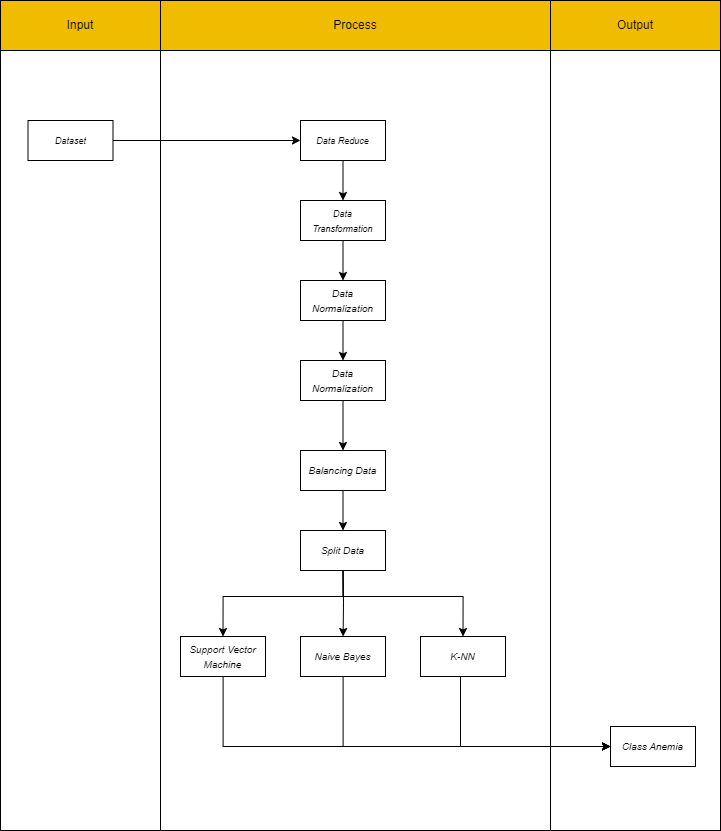
syayidalaziz10/anemia-disease keeps this draw.io diagram as assets/diagram-ipo.png. Above is the earlier version. Source tidied: cells renumbered, new cells last; positions are measured from the earlier drawing's top-left corner, leaving out a move shared by most shapes.
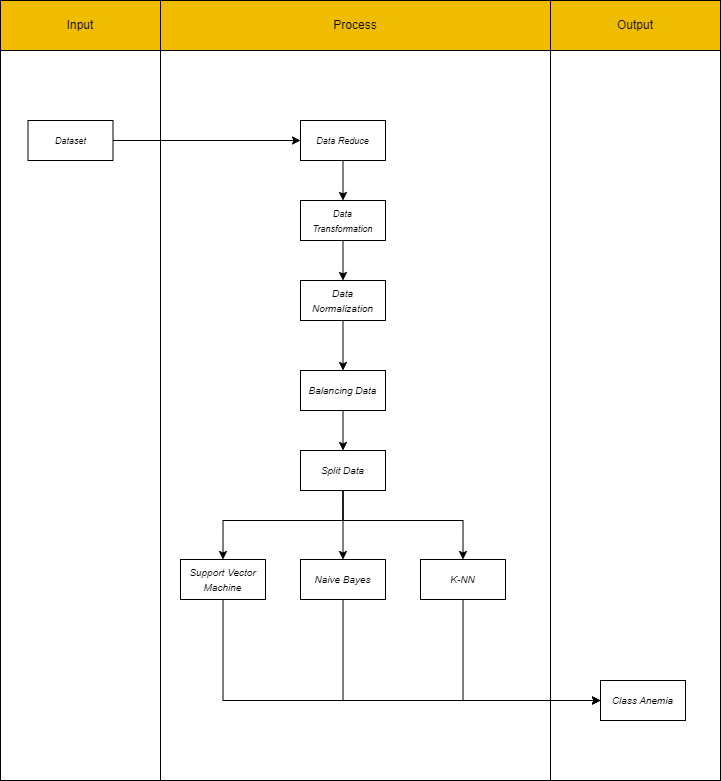
The same file after the commit.

The edit, as a diff of the source:
```diff
@@ -3,13 +3,13 @@
     <mxCell id="0" />
     <mxCell id="1" parent="0" />
     <mxCell id="2" style="rounded=0;whiteSpace=wrap;html=1;fillColor=none;" parent="1" vertex="1">
-      <mxGeometry x="550" y="50" width="170" height="780" as="geometry" />
+      <mxGeometry x="550" y="50" width="170" height="730" as="geometry" />
     </mxCell>
     <mxCell id="3" style="rounded=0;whiteSpace=wrap;html=1;fillColor=none;" parent="1" vertex="1">
-      <mxGeometry y="50" width="160" height="780" as="geometry" />
+      <mxGeometry y="50" width="160" height="730" as="geometry" />
     </mxCell>
     <mxCell id="4" style="rounded=0;whiteSpace=wrap;html=1;fillColor=none;" parent="1" vertex="1">
-      <mxGeometry x="160" y="50" width="390" height="780" as="geometry" />
+      <mxGeometry x="160" y="50" width="390" height="730" as="geometry" />
     </mxCell>
     <mxCell id="5" value="&lt;font style=&quot;font-size: 9px;&quot;&gt;&lt;i&gt;Dataset&lt;/i&gt;&lt;/font&gt;" style="html=1;whiteSpace=wrap;" parent="1" vertex="1">
       <mxGeometry x="27.5" y="120" width="85" height="40" as="geometry" />
@@ -23,82 +23,74 @@
     <mxCell id="8" style="edgeStyle=orthogonalEdgeStyle;rounded=0;jettySize=auto;html=1;" parent="1" edge="1" source="7" target="9">
       <mxGeometry relative="1" as="geometry" />
     </mxCell>
+    <mxCell id="31" style="edgeStyle=orthogonalEdgeStyle;rounded=0;jettySize=auto;html=1;" parent="1" edge="1" source="9" target="14">
+      <mxGeometry relative="1" as="geometry" />
+    </mxCell>
     <mxCell id="9" value="&lt;font style=&quot;font-size: 9px;&quot;&gt;&lt;i&gt;Data&lt;br&gt;Transformation&lt;/i&gt;&lt;/font&gt;" style="html=1;whiteSpace=wrap;" parent="1" vertex="1">
       <mxGeometry x="300" y="200" width="85" height="40" as="geometry" />
     </mxCell>
-    <mxCell id="10" style="edgeStyle=orthogonalEdgeStyle;rounded=0;jettySize=auto;html=1;" parent="1" edge="1" source="9" target="11">
-      <mxGeometry relative="1" as="geometry" />
-    </mxCell>
-    <mxCell id="11" value="&lt;font size=&quot;1&quot;&gt;&lt;i&gt;Data Normalization&lt;/i&gt;&lt;/font&gt;" style="html=1;whiteSpace=wrap;" parent="1" vertex="1">
-      <mxGeometry x="300" y="280" width="85" height="40" as="geometry" />
-    </mxCell>
-    <mxCell id="12" style="edgeStyle=orthogonalEdgeStyle;rounded=0;jettySize=auto;html=1;" parent="1" edge="1" source="11" target="14">
-      <mxGeometry relative="1" as="geometry" />
-    </mxCell>
     <mxCell id="13" style="edgeStyle=orthogonalEdgeStyle;rounded=0;jettySize=auto;html=1;" parent="1" edge="1" source="14" target="30">
       <mxGeometry relative="1" as="geometry" />
     </mxCell>
     <mxCell id="14" value="&lt;font size=&quot;1&quot;&gt;&lt;i&gt;Data Normalization&lt;/i&gt;&lt;/font&gt;" style="html=1;whiteSpace=wrap;" parent="1" vertex="1">
-      <mxGeometry x="300" y="360" width="85" height="40" as="geometry" />
+      <mxGeometry x="300" y="280" width="85" height="40" as="geometry" />
     </mxCell>
-    <mxCell id="15" style="edgeStyle=orthogonalEdgeStyle;rounded=0;jettySize=auto;html=1;" parent="1" edge="1" target="22">
-      <mxGeometry relative="1" as="geometry">
-        <mxPoint x="342.5" y="566" as="sourcePoint" />
-      </mxGeometry>
-    </mxCell>
     <mxCell id="16" style="edgeStyle=orthogonalEdgeStyle;rounded=0;jettySize=auto;html=1;entryX=0.5;entryY=0;entryDx=0;entryDy=0;" parent="1" edge="1" target="20">
       <mxGeometry relative="1" as="geometry">
-        <mxPoint x="342.5" y="566" as="sourcePoint" />
+        <mxPoint x="342.5" y="490" as="sourcePoint" />
         <Array as="points">
-          <mxPoint x="343" y="596" />
-          <mxPoint x="223" y="596" />
+          <mxPoint x="343" y="520" />
+          <mxPoint x="223" y="520" />
         </Array>
       </mxGeometry>
     </mxCell>
     <mxCell id="17" style="edgeStyle=orthogonalEdgeStyle;rounded=0;jettySize=auto;html=1;entryX=0.5;entryY=0;entryDx=0;entryDy=0;" parent="1" edge="1" target="24">
       <mxGeometry relative="1" as="geometry">
-        <mxPoint x="342.5" y="566" as="sourcePoint" />
+        <mxPoint x="342.5" y="490" as="sourcePoint" />
         <Array as="points">
-          <mxPoint x="343" y="596" />
-          <mxPoint x="463" y="596" />
+          <mxPoint x="343" y="520" />
+          <mxPoint x="463" y="520" />
         </Array>
       </mxGeometry>
     </mxCell>
+    <mxCell id="32" style="edgeStyle=orthogonalEdgeStyle;rounded=0;jettySize=auto;html=1;entryX=0.5;entryY=0;entryDx=0;entryDy=0;" parent="1" edge="1" source="18" target="22">
+      <mxGeometry relative="1" as="geometry" />
+    </mxCell>
     <mxCell id="18" value="&lt;font size=&quot;1&quot;&gt;&lt;i&gt;Split Data&lt;/i&gt;&lt;/font&gt;" style="html=1;whiteSpace=wrap;" parent="1" vertex="1">
-      <mxGeometry x="300" y="530" width="85" height="40" as="geometry" />
+      <mxGeometry x="300" y="450" width="85" height="40" as="geometry" />
     </mxCell>
-    <mxCell id="19" style="edgeStyle=orthogonalEdgeStyle;rounded=0;jettySize=auto;html=1;entryX=0;entryY=0.5;entryDx=0;entryDy=0;" parent="1" edge="1" source="20" target="25">
+    <mxCell id="19" style="edgeStyle=orthogonalEdgeStyle;rounded=0;jettySize=auto;html=1;" parent="1" edge="1" source="20" target="25">
       <mxGeometry relative="1" as="geometry">
         <Array as="points">
-          <mxPoint x="223" y="746" />
+          <mxPoint x="223" y="700" />
         </Array>
       </mxGeometry>
     </mxCell>
     <mxCell id="20" value="&lt;font size=&quot;1&quot;&gt;&lt;i&gt;Support Vector Machine&lt;/i&gt;&lt;/font&gt;" style="html=1;whiteSpace=wrap;" parent="1" vertex="1">
-      <mxGeometry x="180" y="636" width="85" height="40" as="geometry" />
+      <mxGeometry x="180" y="559" width="85" height="40" as="geometry" />
     </mxCell>
-    <mxCell id="21" style="edgeStyle=orthogonalEdgeStyle;rounded=0;jettySize=auto;html=1;entryX=0;entryY=0.5;entryDx=0;entryDy=0;" parent="1" edge="1" source="22" target="25">
+    <mxCell id="21" style="edgeStyle=orthogonalEdgeStyle;rounded=0;jettySize=auto;html=1;" parent="1" edge="1" source="22" target="25">
       <mxGeometry relative="1" as="geometry">
         <Array as="points">
-          <mxPoint x="343" y="746" />
+          <mxPoint x="343" y="700" />
         </Array>
       </mxGeometry>
     </mxCell>
     <mxCell id="22" value="&lt;font size=&quot;1&quot;&gt;&lt;i&gt;Naive Bayes&lt;/i&gt;&lt;/font&gt;" style="html=1;whiteSpace=wrap;" parent="1" vertex="1">
-      <mxGeometry x="300" y="636" width="85" height="40" as="geometry" />
+      <mxGeometry x="300" y="559" width="85" height="40" as="geometry" />
     </mxCell>
     <mxCell id="23" style="edgeStyle=orthogonalEdgeStyle;rounded=0;jettySize=auto;html=1;" parent="1" edge="1" source="24" target="25">
       <mxGeometry relative="1" as="geometry">
         <Array as="points">
-          <mxPoint x="460" y="746" />
+          <mxPoint x="463" y="700" />
         </Array>
       </mxGeometry>
     </mxCell>
     <mxCell id="24" value="&lt;font size=&quot;1&quot;&gt;&lt;i&gt;K-NN&lt;/i&gt;&lt;/font&gt;" style="html=1;whiteSpace=wrap;" parent="1" vertex="1">
-      <mxGeometry x="420" y="636" width="85" height="40" as="geometry" />
+      <mxGeometry x="420" y="559" width="85" height="40" as="geometry" />
     </mxCell>
     <mxCell id="25" value="&lt;font size=&quot;1&quot;&gt;&lt;i&gt;Class Anemia&lt;/i&gt;&lt;/font&gt;" style="html=1;whiteSpace=wrap;" parent="1" vertex="1">
-      <mxGeometry x="610" y="726" width="85" height="40" as="geometry" />
+      <mxGeometry x="600" y="680" width="85" height="40" as="geometry" />
     </mxCell>
     <mxCell id="26" value="Input" style="rounded=0;whiteSpace=wrap;html=1;fillColor=#f0bc00;strokeColor=#000000;" parent="1" vertex="1">
       <mxGeometry width="160" height="50" as="geometry" />
@@ -113,7 +105,7 @@
       <mxGeometry relative="1" as="geometry" />
     </mxCell>
     <mxCell id="30" value="&lt;font size=&quot;1&quot;&gt;&lt;i&gt;Balancing Data&lt;/i&gt;&lt;/font&gt;" style="html=1;whiteSpace=wrap;" parent="1" vertex="1">
-      <mxGeometry x="300" y="450" width="85" height="40" as="geometry" />
+      <mxGeometry x="300" y="370" width="85" height="40" as="geometry" />
     </mxCell>
   </root>
 </mxGraphModel>
```
